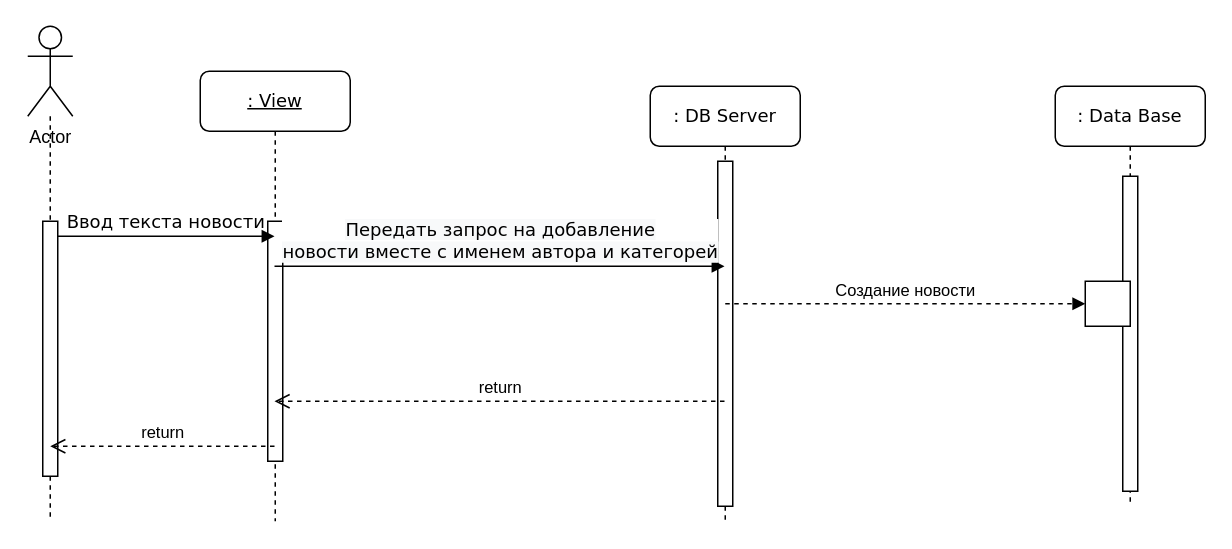
Before: lab/lab1/UML_Squance_daigram.drawio in krista-architecture-po-2021/Samikov_and_Nikitin, a draw.io diagram. Source tidied: cells renumbered, new cells numbered last; positions are measured from the earlier drawing's top-left corner, leaving out a move shared by most shapes. Both pictures are drawn from the tidied source at 150%, with x=0, y=0 at pixel (27, 26).
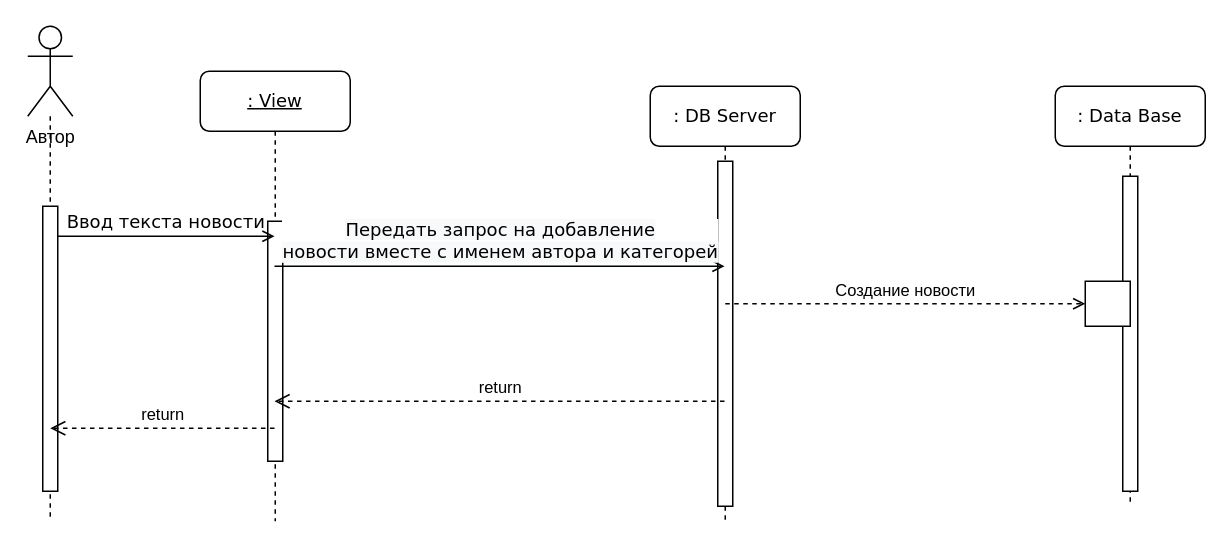
Above is the later version.

Commit message:
+UML Squance updated v1.1

The change refers to these unchanged cells:
```xml
<mxCell id="3" value="&lt;u&gt;: View&lt;/u&gt;" style="shape=umlLifeline;perimeter=lifelinePerimeter;whiteSpace=wrap;html=1;outlineConnect=0;rounded=1;shadow=0;comic=0;labelBackgroundColor=none;strokeWidth=1;fontFamily=Verdana;fontSize=12;align=center;" parent="1" vertex="1">
  <mxGeometry x="115" y="30" width="100" height="300" as="geometry" />
</mxCell>
<mxCell id="5" value=": DB Server" style="shape=umlLifeline;perimeter=lifelinePerimeter;whiteSpace=wrap;html=1;outlineConnect=0;rounded=1;shadow=0;comic=0;labelBackgroundColor=none;strokeWidth=1;fontFamily=Verdana;fontSize=12;align=center;" parent="1" vertex="1">
  <mxGeometry x="415" y="40" width="100" height="290" as="geometry" />
</mxCell>
<mxCell id="13" style="rounded=0;whiteSpace=wrap;html=1;" parent="11" vertex="1">
  <mxGeometry x="20" y="130" width="30" height="30" as="geometry" />
</mxCell>
```

Change to the diagram source:
```diff
@@
-    <mxCell id="7" value="Ввод текста новости" style="html=1;verticalAlign=bottom;endArrow=block;labelBackgroundColor=none;fontFamily=Verdana;fontSize=12;edgeStyle=elbowEdgeStyle;elbow=vertical;" parent="1" edge="1" source="8" target="3">
+    <mxCell id="7" value="Ввод текста новости" style="html=1;verticalAlign=bottom;endArrow=open;labelBackgroundColor=none;fontFamily=Verdana;fontSize=12;edgeStyle=elbowEdgeStyle;elbow=vertical;endFill=0;" parent="1" edge="1" source="8" target="3">
       <mxGeometry relative="1" as="geometry">
         <Array as="points">
           <mxPoint x="105" y="140" />
         </Array>
       </mxGeometry>
     </mxCell>
     <mxCell id="8" style="html=1;points=[];perimeter=orthogonalPerimeter;rounded=0;shadow=0;comic=0;labelBackgroundColor=none;strokeWidth=1;fontFamily=Verdana;fontSize=12;align=center;" parent="1" vertex="1">
-      <mxGeometry x="10" y="130" width="10" height="170" as="geometry" />
+      <mxGeometry x="10" y="120" width="10" height="190" as="geometry" />
     </mxCell>
-    <mxCell id="9" value="Actor" style="shape=umlActor;verticalLabelPosition=bottom;verticalAlign=top;html=1;outlineConnect=0;" parent="1" vertex="1">
+    <mxCell id="9" value="Автор" style="shape=umlActor;verticalLabelPosition=bottom;verticalAlign=top;html=1;outlineConnect=0;" parent="1" vertex="1">
       <mxGeometry width="30" height="60" as="geometry" />
     </mxCell>
-    <mxCell id="10" value="&lt;span style=&quot;font-family: &amp;#34;verdana&amp;#34; ; font-size: 12px ; background-color: rgb(248 , 249 , 250)&quot;&gt;Передать запрос на добавление &lt;br&gt;новости вместе с именем автора и категорей&lt;/span&gt;" style="html=1;verticalAlign=bottom;endArrow=block;rounded=0;" parent="1" edge="1" source="3" target="5">
+    <mxCell id="10" value="&lt;span style=&quot;font-family: &amp;#34;verdana&amp;#34; ; font-size: 12px ; background-color: rgb(248 , 249 , 250)&quot;&gt;Передать запрос на добавление &lt;br&gt;новости вместе с именем автора и категорей&lt;/span&gt;" style="html=1;verticalAlign=bottom;endArrow=open;rounded=0;endFill=0;" parent="1" edge="1" source="3" target="5">
       <mxGeometry relative="1" as="geometry">
         <Array as="points">
           <mxPoint x="285" y="160" />
         </Array>
       </mxGeometry>
     </mxCell>
@@
-    <mxCell id="14" value="Создание новости" style="html=1;verticalAlign=bottom;endArrow=block;rounded=0;entryX=0;entryY=0.5;entryDx=0;entryDy=0;dashed=1;" parent="1" edge="1" target="13">
+    <mxCell id="14" value="Создание новости" style="html=1;verticalAlign=bottom;endArrow=open;rounded=0;entryX=0;entryY=0.5;entryDx=0;entryDy=0;dashed=1;endFill=0;" parent="1" edge="1" target="13">
       <mxGeometry relative="1" as="geometry">
         <mxPoint x="465" y="185" as="sourcePoint" />
       </mxGeometry>
     </mxCell>
@@
-    <mxCell id="16" value="return" style="html=1;verticalAlign=bottom;endArrow=open;dashed=1;endSize=8;rounded=0;" parent="1" edge="1" source="3">
+    <mxCell id="16" value="return" style="html=1;verticalAlign=bottom;endArrow=open;dashed=1;endSize=8;rounded=0;" parent="1" edge="1">
       <mxGeometry relative="1" as="geometry">
-        <mxPoint x="15" y="280" as="targetPoint" />
+        <mxPoint x="164.5" y="268" as="sourcePoint" />
+        <mxPoint x="15" y="268" as="targetPoint" />
       </mxGeometry>
     </mxCell>
```
